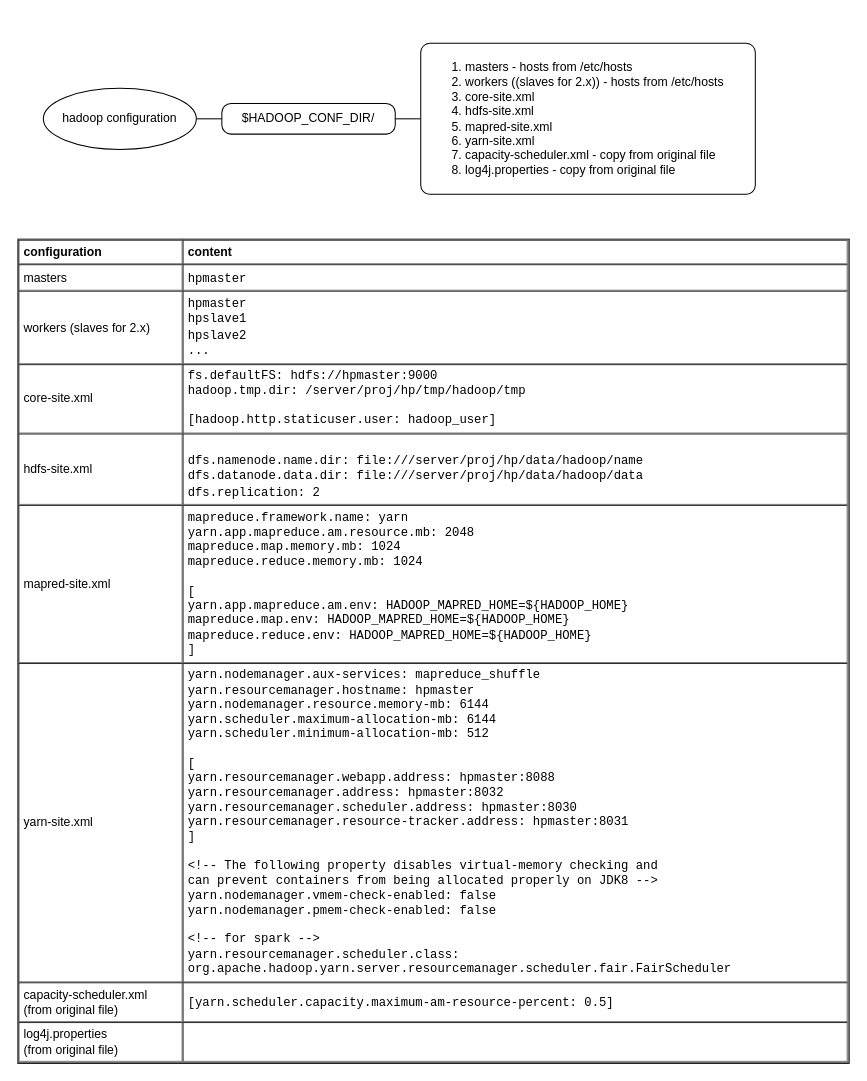
Above: page "hadoop_config" (3 of 9) of languages/scala/scala.drawio in yangdj/tf_docs (draw.io), before the change. Source tidied: cells renumbered, new cells numbered last; positions are measured from the earlier drawing's top-left corner, leaving out a move shared by most shapes. Both pictures are drawn from the tidied source at 102%, with x=0, y=0 at pixel (17, 17).
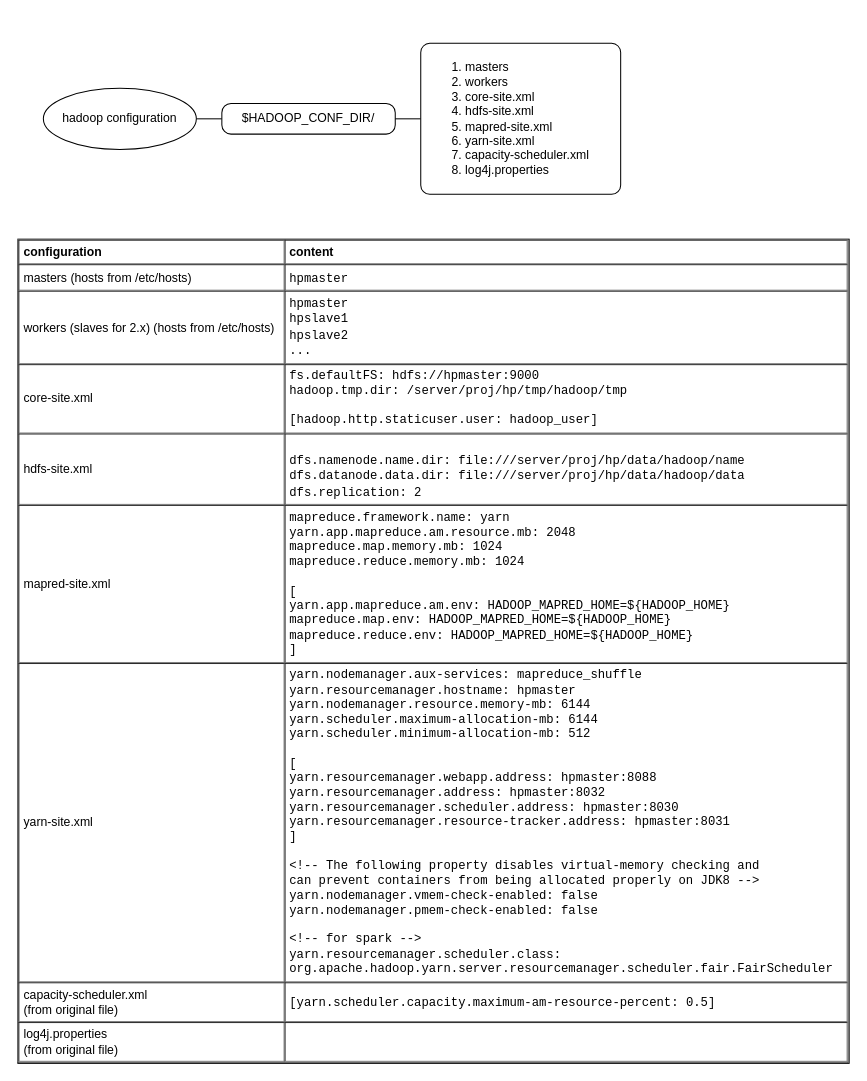
After the change.

Change to the diagram source:
```diff
@@
 <mxGraphModel>
   <root>
     <mxCell id="0" />
     <mxCell id="1" parent="0" />
     <mxCell id="2" style="swimlane;html=1;startSize=20;horizontal=1;containerType=tree;fillColor=none;strokeColor=none;align=left;" parent="1" vertex="1">
       <mxGeometry x="5" width="797" height="191" as="geometry" />
     </mxCell>
     <mxCell id="3" style="edgeStyle=entityRelationEdgeStyle;startArrow=none;endArrow=none;segment=10;curved=1;" parent="2" edge="1" source="4" target="5">
       <mxGeometry relative="1" as="geometry" />
     </mxCell>
     <mxCell id="4" value="hadoop configuration" style="ellipse;whiteSpace=wrap;html=1;align=center;newEdgeStyle={&quot;edgeStyle&quot;:&quot;entityRelationEdgeStyle&quot;,&quot;startArrow&quot;:&quot;none&quot;,&quot;endArrow&quot;:&quot;none&quot;,&quot;segment&quot;:10,&quot;curved&quot;:1};" parent="2" vertex="1">
       <mxGeometry x="20" y="69" width="150" height="60" as="geometry" />
     </mxCell>
     <mxCell id="5" value="$HADOOP_CONF_DIR/" style="whiteSpace=wrap;html=1;rounded=1;arcSize=30;align=center;verticalAlign=middle;strokeWidth=1;spacing=4;newEdgeStyle={&quot;edgeStyle&quot;:&quot;entityRelationEdgeStyle&quot;,&quot;startArrow&quot;:&quot;none&quot;,&quot;endArrow&quot;:&quot;none&quot;,&quot;segment&quot;:10,&quot;curved&quot;:1};" parent="2" vertex="1">
       <mxGeometry x="195" y="84" width="170" height="30" as="geometry" />
     </mxCell>
     <mxCell id="6" style="edgeStyle=entityRelationEdgeStyle;startArrow=none;endArrow=none;segment=10;curved=1;" parent="2" edge="1" source="5" target="7">
       <mxGeometry relative="1" as="geometry" />
     </mxCell>
-    <mxCell id="7" value="&lt;ol&gt;&lt;li&gt;&lt;span style=&quot;text-align: center&quot;&gt;masters&amp;nbsp;- hosts from /etc/hosts&lt;/span&gt;&lt;br&gt;&lt;/li&gt;&lt;li&gt;&lt;span style=&quot;text-align: center&quot;&gt;workers ((slaves for 2.x))&amp;nbsp;- hosts from /etc/hosts&lt;br&gt;&lt;/span&gt;&lt;/li&gt;&lt;li&gt;core-site.xml&lt;/li&gt;&lt;li&gt;hdfs-site.xml&lt;/li&gt;&lt;li&gt;&lt;span style=&quot;text-align: center&quot;&gt;mapred-site.xml&lt;/span&gt;&lt;br&gt;&lt;/li&gt;&lt;li&gt;&lt;span style=&quot;text-align: center&quot;&gt;yarn-site.xml&lt;br&gt;&lt;/span&gt;&lt;/li&gt;&lt;li&gt;&lt;span style=&quot;text-align: center&quot;&gt;capacity-scheduler.xml - copy from original file&lt;br&gt;&lt;/span&gt;&lt;/li&gt;&lt;li&gt;&lt;span style=&quot;text-align: center&quot;&gt;log4j.properties&amp;nbsp;- copy from original file&lt;br&gt;&lt;/span&gt;&lt;/li&gt;&lt;/ol&gt;" style="whiteSpace=wrap;html=1;rounded=1;arcSize=6;align=left;verticalAlign=middle;strokeWidth=1;spacing=4;newEdgeStyle={&quot;edgeStyle&quot;:&quot;entityRelationEdgeStyle&quot;,&quot;startArrow&quot;:&quot;none&quot;,&quot;endArrow&quot;:&quot;none&quot;,&quot;segment&quot;:10,&quot;curved&quot;:1};" parent="2" vertex="1">
-      <mxGeometry x="390" y="25" width="328" height="148" as="geometry" />
+    <mxCell id="7" value="&lt;ol&gt;&lt;li&gt;&lt;span style=&quot;text-align: center&quot;&gt;masters&lt;/span&gt;&lt;br&gt;&lt;/li&gt;&lt;li&gt;&lt;span style=&quot;text-align: center&quot;&gt;workers&lt;br&gt;&lt;/span&gt;&lt;/li&gt;&lt;li&gt;core-site.xml&lt;/li&gt;&lt;li&gt;hdfs-site.xml&lt;/li&gt;&lt;li&gt;&lt;span style=&quot;text-align: center&quot;&gt;mapred-site.xml&lt;/span&gt;&lt;br&gt;&lt;/li&gt;&lt;li&gt;&lt;span style=&quot;text-align: center&quot;&gt;yarn-site.xml&lt;br&gt;&lt;/span&gt;&lt;/li&gt;&lt;li&gt;&lt;span style=&quot;text-align: center&quot;&gt;capacity-scheduler.xml&lt;br&gt;&lt;/span&gt;&lt;/li&gt;&lt;li&gt;&lt;span style=&quot;text-align: center&quot;&gt;log4j.properties&lt;br&gt;&lt;/span&gt;&lt;/li&gt;&lt;/ol&gt;" style="whiteSpace=wrap;html=1;rounded=1;arcSize=6;align=left;verticalAlign=middle;strokeWidth=1;spacing=4;newEdgeStyle={&quot;edgeStyle&quot;:&quot;entityRelationEdgeStyle&quot;,&quot;startArrow&quot;:&quot;none&quot;,&quot;endArrow&quot;:&quot;none&quot;,&quot;segment&quot;:10,&quot;curved&quot;:1};" parent="2" vertex="1">
+      <mxGeometry x="390" y="25" width="196" height="148" as="geometry" />
     </mxCell>
-    <mxCell id="8" value="&lt;table cellpadding=&quot;4&quot; cellspacing=&quot;0&quot; border=&quot;1&quot; style=&quot;font-size: 1em ; width: 100% ; height: 100%&quot;&gt;&lt;tbody&gt;&lt;tr&gt;&lt;th&gt;configuration&lt;/th&gt;&lt;th&gt;content&lt;/th&gt;&lt;/tr&gt;&lt;tr&gt;&lt;td&gt;&lt;span style=&quot;text-align: center&quot;&gt;masters&lt;/span&gt;&lt;/td&gt;&lt;td&gt;&lt;span style=&quot;font-family: &amp;#34;courier new&amp;#34; ; text-align: center&quot;&gt;hpmaster&lt;/span&gt;&lt;/td&gt;&lt;/tr&gt;&lt;tr&gt;&lt;td&gt;&lt;span style=&quot;text-align: center&quot;&gt;workers&amp;nbsp;&lt;/span&gt;&lt;span style=&quot;text-align: center&quot;&gt;(slaves for 2.x)&lt;/span&gt;&lt;/td&gt;&lt;td&gt;&lt;span style=&quot;font-family: &amp;#34;courier new&amp;#34; ; text-align: center&quot;&gt;hpmaster&lt;/span&gt;&lt;br style=&quot;font-family: &amp;#34;courier new&amp;#34; ; text-align: center&quot;&gt;&lt;span style=&quot;font-family: &amp;#34;courier new&amp;#34; ; text-align: center&quot;&gt;hpslave1&lt;/span&gt;&lt;br style=&quot;font-family: &amp;#34;courier new&amp;#34; ; text-align: center&quot;&gt;&lt;span style=&quot;font-family: &amp;#34;courier new&amp;#34; ; text-align: center&quot;&gt;hpslave2&lt;/span&gt;&lt;br style=&quot;font-family: &amp;#34;courier new&amp;#34; ; text-align: center&quot;&gt;&lt;span style=&quot;font-family: &amp;#34;courier new&amp;#34; ; text-align: center&quot;&gt;...&lt;/span&gt;&lt;/td&gt;&lt;/tr&gt;&lt;tr&gt;&lt;td&gt;&lt;span style=&quot;text-align: center&quot;&gt;core-site.xml&lt;/span&gt;&lt;br&gt;&lt;/td&gt;&lt;td&gt;&lt;div style=&quot;font-family: &amp;#34;courier new&amp;#34;&quot;&gt;fs.defaultFS:&amp;nbsp;hdfs://hpmaster:9000&lt;/div&gt;&lt;div style=&quot;font-family: &amp;#34;courier new&amp;#34;&quot;&gt;hadoop.tmp.dir:&amp;nbsp;/server/proj/hp/tmp/hadoop/tmp&lt;br&gt;&lt;/div&gt;&lt;div style=&quot;font-family: &amp;#34;courier new&amp;#34;&quot;&gt;&lt;br&gt;&lt;/div&gt;&lt;div style=&quot;font-family: &amp;#34;courier new&amp;#34;&quot;&gt;[hadoop.http.staticuser.user: hadoop_user]&lt;/div&gt;&lt;/td&gt;&lt;/tr&gt;&lt;tr&gt;&lt;td&gt;&lt;span style=&quot;text-align: center&quot;&gt;hdfs-site.xml&lt;/span&gt;&lt;br&gt;&lt;/td&gt;&lt;td&gt;&lt;br&gt;&lt;font face=&quot;Courier New&quot;&gt;dfs.namenode.name.dir:&amp;nbsp;file:///server/proj/hp/data/hadoop/name&lt;br&gt;dfs.datanode.data.dir:&amp;nbsp;file:///server/proj/hp/data/hadoop/data&lt;/font&gt;&lt;div&gt;&lt;font face=&quot;Courier New&quot;&gt;dfs.replication: 2&lt;/font&gt;&lt;/div&gt;&lt;/td&gt;&lt;/tr&gt;&lt;tr&gt;&lt;td&gt;&lt;span style=&quot;text-align: center&quot;&gt;mapred-site.xml&lt;/span&gt;&lt;br&gt;&lt;/td&gt;&lt;td&gt;&lt;div style=&quot;font-family: &amp;#34;courier new&amp;#34;&quot;&gt;mapreduce.framework.name: yarn&lt;/div&gt;&lt;div style=&quot;font-family: &amp;#34;courier new&amp;#34;&quot;&gt;yarn.app.mapreduce.am.resource.mb: 2048&lt;br&gt;&lt;/div&gt;&lt;div style=&quot;font-family: &amp;#34;courier new&amp;#34;&quot;&gt;mapreduce.map.memory.mb: 1024&lt;br&gt;&lt;/div&gt;&lt;div style=&quot;font-family: &amp;#34;courier new&amp;#34;&quot;&gt;mapreduce.reduce.memory.mb: 1024&lt;br&gt;&lt;/div&gt;&lt;div style=&quot;font-family: &amp;#34;courier new&amp;#34;&quot;&gt;&lt;br&gt;&lt;/div&gt;&lt;div style=&quot;font-family: &amp;#34;courier new&amp;#34;&quot;&gt;[&lt;/div&gt;&lt;div style=&quot;font-family: &amp;#34;courier new&amp;#34;&quot;&gt;yarn.app.mapreduce.am.env: HADOOP_MAPRED_HOME=${HADOOP_HOME}&lt;/div&gt;&lt;div style=&quot;font-family: &amp;#34;courier new&amp;#34;&quot;&gt;mapreduce.map.env: HADOOP_MAPRED_HOME=${HADOOP_HOME}&lt;/div&gt;&lt;div style=&quot;font-family: &amp;#34;courier new&amp;#34;&quot;&gt;mapreduce.reduce.env: HADOOP_MAPRED_HOME=${HADOOP_HOME}&lt;/div&gt;&lt;div style=&quot;font-family: &amp;#34;courier new&amp;#34;&quot;&gt;]&lt;/div&gt;&lt;/td&gt;&lt;/tr&gt;&lt;tr&gt;&lt;td&gt;&lt;span style=&quot;text-align: center&quot;&gt;yarn-site.xml&lt;/span&gt;&lt;br&gt;&lt;/td&gt;&lt;td&gt;&lt;div style=&quot;font-family: &amp;#34;courier new&amp;#34;&quot;&gt;yarn.nodemanager.aux-services:&amp;nbsp;mapreduce_shuffle&lt;br&gt;&lt;/div&gt;&lt;div style=&quot;font-family: &amp;#34;courier new&amp;#34;&quot;&gt;yarn.resourcemanager.hostname: hpmaster&lt;/div&gt;&lt;div style=&quot;font-family: &amp;#34;courier new&amp;#34;&quot;&gt;yarn.nodemanager.resource.memory-mb: 6144&lt;br&gt;&lt;/div&gt;&lt;div style=&quot;font-family: &amp;#34;courier new&amp;#34;&quot;&gt;yarn.scheduler.maximum-allocation-mb: 6144&lt;br&gt;&lt;/div&gt;&lt;div style=&quot;font-family: &amp;#34;courier new&amp;#34;&quot;&gt;yarn.scheduler.minimum-allocation-mb: 512&lt;br&gt;&lt;/div&gt;&lt;div style=&quot;font-family: &amp;#34;courier new&amp;#34;&quot;&gt;&lt;br&gt;&lt;/div&gt;&lt;div style=&quot;font-family: &amp;#34;courier new&amp;#34;&quot;&gt;[&lt;/div&gt;&lt;div style=&quot;font-family: &amp;#34;courier new&amp;#34;&quot;&gt;&lt;div&gt;yarn.resourcemanager.webapp.address: hpmaster:8088&lt;/div&gt;&lt;div&gt;yarn.resourcemanager.address: hpmaster:8032&lt;/div&gt;&lt;div&gt;yarn.resourcemanager.scheduler.address: hpmaster:8030&lt;/div&gt;&lt;div&gt;yarn.resourcemanager.resource-tracker.address: hpmaster:8031&lt;/div&gt;&lt;/div&gt;&lt;div style=&quot;font-family: &amp;#34;courier new&amp;#34;&quot;&gt;]&lt;/div&gt;&lt;div style=&quot;font-family: &amp;#34;courier new&amp;#34;&quot;&gt;&lt;br&gt;&lt;/div&gt;&lt;div style=&quot;font-family: &amp;#34;courier new&amp;#34;&quot;&gt;&amp;lt;!-- The following property disables virtual-memory checking and&amp;nbsp;&lt;/div&gt;&lt;div style=&quot;font-family: &amp;#34;courier new&amp;#34;&quot;&gt;can prevent containers from being allocated properly on JDK8 --&amp;gt;&lt;br&gt;&lt;/div&gt;&lt;div style=&quot;font-family: &amp;#34;courier new&amp;#34;&quot;&gt;yarn.nodemanager.vmem-check-enabled: false&lt;br&gt;&lt;/div&gt;&lt;div style=&quot;font-family: &amp;#34;courier new&amp;#34;&quot;&gt;yarn.nodemanager.pmem-check-enabled: false&lt;br&gt;&lt;/div&gt;&lt;div style=&quot;font-family: &amp;#34;courier new&amp;#34;&quot;&gt;&lt;br&gt;&lt;/div&gt;&lt;div style=&quot;font-family: &amp;#34;courier new&amp;#34;&quot;&gt;&amp;lt;!-- for spark --&amp;gt;&lt;/div&gt;&lt;div style=&quot;font-family: &amp;#34;courier new&amp;#34;&quot;&gt;yarn.resourcemanager.scheduler.class:&amp;nbsp;&lt;/div&gt;&lt;div style=&quot;font-family: &amp;#34;courier new&amp;#34;&quot;&gt;org.apache.hadoop.yarn.server.resourcemanager.scheduler.fair.FairScheduler&lt;/div&gt;&lt;/td&gt;&lt;/tr&gt;&lt;tr&gt;&lt;td&gt;&lt;span style=&quot;text-align: center&quot;&gt;capacity-scheduler.xml&lt;br&gt;(from original file)&lt;/span&gt;&lt;br&gt;&lt;/td&gt;&lt;td&gt;&lt;span style=&quot;font-family: &amp;#34;courier new&amp;#34;&quot;&gt;[&lt;/span&gt;&lt;span style=&quot;font-family: &amp;#34;courier new&amp;#34;&quot;&gt;yarn.scheduler.capacity.maximum-am-resource-percent: 0.5&lt;/span&gt;&lt;span style=&quot;font-family: &amp;#34;courier new&amp;#34;&quot;&gt;]&lt;/span&gt;&lt;br&gt;&lt;/td&gt;&lt;/tr&gt;&lt;tr&gt;&lt;td&gt;&lt;span style=&quot;text-align: center&quot;&gt;log4j.properties&lt;br&gt;(from original file)&lt;/span&gt;&lt;br&gt;&lt;/td&gt;&lt;td&gt;&lt;br&gt;&lt;/td&gt;&lt;/tr&gt;&lt;/tbody&gt;&lt;/table&gt; " style="verticalAlign=top;align=left;overflow=fill;fontSize=12;fontFamily=Helvetica;html=1;fillColor=none;" parent="1" vertex="1">
+    <mxCell id="8" value="&lt;table cellpadding=&quot;4&quot; cellspacing=&quot;0&quot; border=&quot;1&quot; style=&quot;font-size: 1em ; width: 100% ; height: 100%&quot;&gt;&lt;tbody&gt;&lt;tr&gt;&lt;th&gt;configuration&lt;/th&gt;&lt;th&gt;content&lt;/th&gt;&lt;/tr&gt;&lt;tr&gt;&lt;td&gt;&lt;span style=&quot;text-align: center&quot;&gt;masters (&lt;/span&gt;hosts from /etc/hosts)&lt;/td&gt;&lt;td&gt;&lt;span style=&quot;font-family: &amp;#34;courier new&amp;#34; ; text-align: center&quot;&gt;hpmaster&lt;/span&gt;&lt;/td&gt;&lt;/tr&gt;&lt;tr&gt;&lt;td&gt;&lt;span style=&quot;text-align: center&quot;&gt;workers&amp;nbsp;&lt;/span&gt;&lt;span style=&quot;text-align: center&quot;&gt;(slaves for 2.x) (&lt;/span&gt;hosts from /etc/hosts)&lt;/td&gt;&lt;td&gt;&lt;span style=&quot;font-family: &amp;#34;courier new&amp;#34; ; text-align: center&quot;&gt;hpmaster&lt;/span&gt;&lt;br style=&quot;font-family: &amp;#34;courier new&amp;#34; ; text-align: center&quot;&gt;&lt;span style=&quot;font-family: &amp;#34;courier new&amp;#34; ; text-align: center&quot;&gt;hpslave1&lt;/span&gt;&lt;br style=&quot;font-family: &amp;#34;courier new&amp;#34; ; text-align: center&quot;&gt;&lt;span style=&quot;font-family: &amp;#34;courier new&amp;#34; ; text-align: center&quot;&gt;hpslave2&lt;/span&gt;&lt;br style=&quot;font-family: &amp;#34;courier new&amp;#34; ; text-align: center&quot;&gt;&lt;span style=&quot;font-family: &amp;#34;courier new&amp;#34; ; text-align: center&quot;&gt;...&lt;/span&gt;&lt;/td&gt;&lt;/tr&gt;&lt;tr&gt;&lt;td&gt;&lt;span style=&quot;text-align: center&quot;&gt;core-site.xml&lt;/span&gt;&lt;br&gt;&lt;/td&gt;&lt;td&gt;&lt;div style=&quot;font-family: &amp;#34;courier new&amp;#34;&quot;&gt;fs.defaultFS:&amp;nbsp;hdfs://hpmaster:9000&lt;/div&gt;&lt;div style=&quot;font-family: &amp;#34;courier new&amp;#34;&quot;&gt;hadoop.tmp.dir:&amp;nbsp;/server/proj/hp/tmp/hadoop/tmp&lt;br&gt;&lt;/div&gt;&lt;div style=&quot;font-family: &amp;#34;courier new&amp;#34;&quot;&gt;&lt;br&gt;&lt;/div&gt;&lt;div style=&quot;font-family: &amp;#34;courier new&amp;#34;&quot;&gt;[hadoop.http.staticuser.user: hadoop_user]&lt;/div&gt;&lt;/td&gt;&lt;/tr&gt;&lt;tr&gt;&lt;td&gt;&lt;span style=&quot;text-align: center&quot;&gt;hdfs-site.xml&lt;/span&gt;&lt;br&gt;&lt;/td&gt;&lt;td&gt;&lt;br&gt;&lt;font face=&quot;Courier New&quot;&gt;dfs.namenode.name.dir:&amp;nbsp;file:///server/proj/hp/data/hadoop/name&lt;br&gt;dfs.datanode.data.dir:&amp;nbsp;file:///server/proj/hp/data/hadoop/data&lt;/font&gt;&lt;div&gt;&lt;font face=&quot;Courier New&quot;&gt;dfs.replication: 2&lt;/font&gt;&lt;/div&gt;&lt;/td&gt;&lt;/tr&gt;&lt;tr&gt;&lt;td&gt;&lt;span style=&quot;text-align: center&quot;&gt;mapred-site.xml&lt;/span&gt;&lt;br&gt;&lt;/td&gt;&lt;td&gt;&lt;div style=&quot;font-family: &amp;#34;courier new&amp;#34;&quot;&gt;mapreduce.framework.name: yarn&lt;/div&gt;&lt;div style=&quot;font-family: &amp;#34;courier new&amp;#34;&quot;&gt;yarn.app.mapreduce.am.resource.mb: 2048&lt;br&gt;&lt;/div&gt;&lt;div style=&quot;font-family: &amp;#34;courier new&amp;#34;&quot;&gt;mapreduce.map.memory.mb: 1024&lt;br&gt;&lt;/div&gt;&lt;div style=&quot;font-family: &amp;#34;courier new&amp;#34;&quot;&gt;mapreduce.reduce.memory.mb: 1024&lt;br&gt;&lt;/div&gt;&lt;div style=&quot;font-family: &amp;#34;courier new&amp;#34;&quot;&gt;&lt;br&gt;&lt;/div&gt;&lt;div style=&quot;font-family: &amp;#34;courier new&amp;#34;&quot;&gt;[&lt;/div&gt;&lt;div style=&quot;font-family: &amp;#34;courier new&amp;#34;&quot;&gt;yarn.app.mapreduce.am.env: HADOOP_MAPRED_HOME=${HADOOP_HOME}&lt;/div&gt;&lt;div style=&quot;font-family: &amp;#34;courier new&amp;#34;&quot;&gt;mapreduce.map.env: HADOOP_MAPRED_HOME=${HADOOP_HOME}&lt;/div&gt;&lt;div style=&quot;font-family: &amp;#34;courier new&amp;#34;&quot;&gt;mapreduce.reduce.env: HADOOP_MAPRED_HOME=${HADOOP_HOME}&lt;/div&gt;&lt;div style=&quot;font-family: &amp;#34;courier new&amp;#34;&quot;&gt;]&lt;/div&gt;&lt;/td&gt;&lt;/tr&gt;&lt;tr&gt;&lt;td&gt;&lt;span style=&quot;text-align: center&quot;&gt;yarn-site.xml&lt;/span&gt;&lt;br&gt;&lt;/td&gt;&lt;td&gt;&lt;div style=&quot;font-family: &amp;#34;courier new&amp;#34;&quot;&gt;yarn.nodemanager.aux-services:&amp;nbsp;mapreduce_shuffle&lt;br&gt;&lt;/div&gt;&lt;div style=&quot;font-family: &amp;#34;courier new&amp;#34;&quot;&gt;yarn.resourcemanager.hostname: hpmaster&lt;/div&gt;&lt;div style=&quot;font-family: &amp;#34;courier new&amp;#34;&quot;&gt;yarn.nodemanager.resource.memory-mb: 6144&lt;br&gt;&lt;/div&gt;&lt;div style=&quot;font-family: &amp;#34;courier new&amp;#34;&quot;&gt;yarn.scheduler.maximum-allocation-mb: 6144&lt;br&gt;&lt;/div&gt;&lt;div style=&quot;font-family: &amp;#34;courier new&amp;#34;&quot;&gt;yarn.scheduler.minimum-allocation-mb: 512&lt;br&gt;&lt;/div&gt;&lt;div style=&quot;font-family: &amp;#34;courier new&amp;#34;&quot;&gt;&lt;br&gt;&lt;/div&gt;&lt;div style=&quot;font-family: &amp;#34;courier new&amp;#34;&quot;&gt;[&lt;/div&gt;&lt;div style=&quot;font-family: &amp;#34;courier new&amp;#34;&quot;&gt;&lt;div&gt;yarn.resourcemanager.webapp.address: hpmaster:8088&lt;/div&gt;&lt;div&gt;yarn.resourcemanager.address: hpmaster:8032&lt;/div&gt;&lt;div&gt;yarn.resourcemanager.scheduler.address: hpmaster:8030&lt;/div&gt;&lt;div&gt;yarn.resourcemanager.resource-tracker.address: hpmaster:8031&lt;/div&gt;&lt;/div&gt;&lt;div style=&quot;font-family: &amp;#34;courier new&amp;#34;&quot;&gt;]&lt;/div&gt;&lt;div style=&quot;font-family: &amp;#34;courier new&amp;#34;&quot;&gt;&lt;br&gt;&lt;/div&gt;&lt;div style=&quot;font-family: &amp;#34;courier new&amp;#34;&quot;&gt;&amp;lt;!-- The following property disables virtual-memory checking and&amp;nbsp;&lt;/div&gt;&lt;div style=&quot;font-family: &amp;#34;courier new&amp;#34;&quot;&gt;can prevent containers from being allocated properly on JDK8 --&amp;gt;&lt;br&gt;&lt;/div&gt;&lt;div style=&quot;font-family: &amp;#34;courier new&amp;#34;&quot;&gt;yarn.nodemanager.vmem-check-enabled: false&lt;br&gt;&lt;/div&gt;&lt;div style=&quot;font-family: &amp;#34;courier new&amp;#34;&quot;&gt;yarn.nodemanager.pmem-check-enabled: false&lt;br&gt;&lt;/div&gt;&lt;div style=&quot;font-family: &amp;#34;courier new&amp;#34;&quot;&gt;&lt;br&gt;&lt;/div&gt;&lt;div style=&quot;font-family: &amp;#34;courier new&amp;#34;&quot;&gt;&amp;lt;!-- for spark --&amp;gt;&lt;/div&gt;&lt;div style=&quot;font-family: &amp;#34;courier new&amp;#34;&quot;&gt;yarn.resourcemanager.scheduler.class:&amp;nbsp;&lt;/div&gt;&lt;div style=&quot;font-family: &amp;#34;courier new&amp;#34;&quot;&gt;org.apache.hadoop.yarn.server.resourcemanager.scheduler.fair.FairScheduler&lt;/div&gt;&lt;/td&gt;&lt;/tr&gt;&lt;tr&gt;&lt;td&gt;&lt;span style=&quot;text-align: center&quot;&gt;capacity-scheduler.xml&lt;br&gt;(from original file)&lt;/span&gt;&lt;br&gt;&lt;/td&gt;&lt;td&gt;&lt;span style=&quot;font-family: &amp;#34;courier new&amp;#34;&quot;&gt;[&lt;/span&gt;&lt;span style=&quot;font-family: &amp;#34;courier new&amp;#34;&quot;&gt;yarn.scheduler.capacity.maximum-am-resource-percent: 0.5&lt;/span&gt;&lt;span style=&quot;font-family: &amp;#34;courier new&amp;#34;&quot;&gt;]&lt;/span&gt;&lt;br&gt;&lt;/td&gt;&lt;/tr&gt;&lt;tr&gt;&lt;td&gt;&lt;span style=&quot;text-align: center&quot;&gt;log4j.properties&lt;br&gt;(from original file)&lt;/span&gt;&lt;br&gt;&lt;/td&gt;&lt;td&gt;&lt;br&gt;&lt;/td&gt;&lt;/tr&gt;&lt;/tbody&gt;&lt;/table&gt; " style="verticalAlign=top;align=left;overflow=fill;fontSize=12;fontFamily=Helvetica;html=1;fillColor=none;" parent="1" vertex="1">
       <mxGeometry y="217" width="815" height="808" as="geometry" />
     </mxCell>
   </root>
 </mxGraphModel>
```
